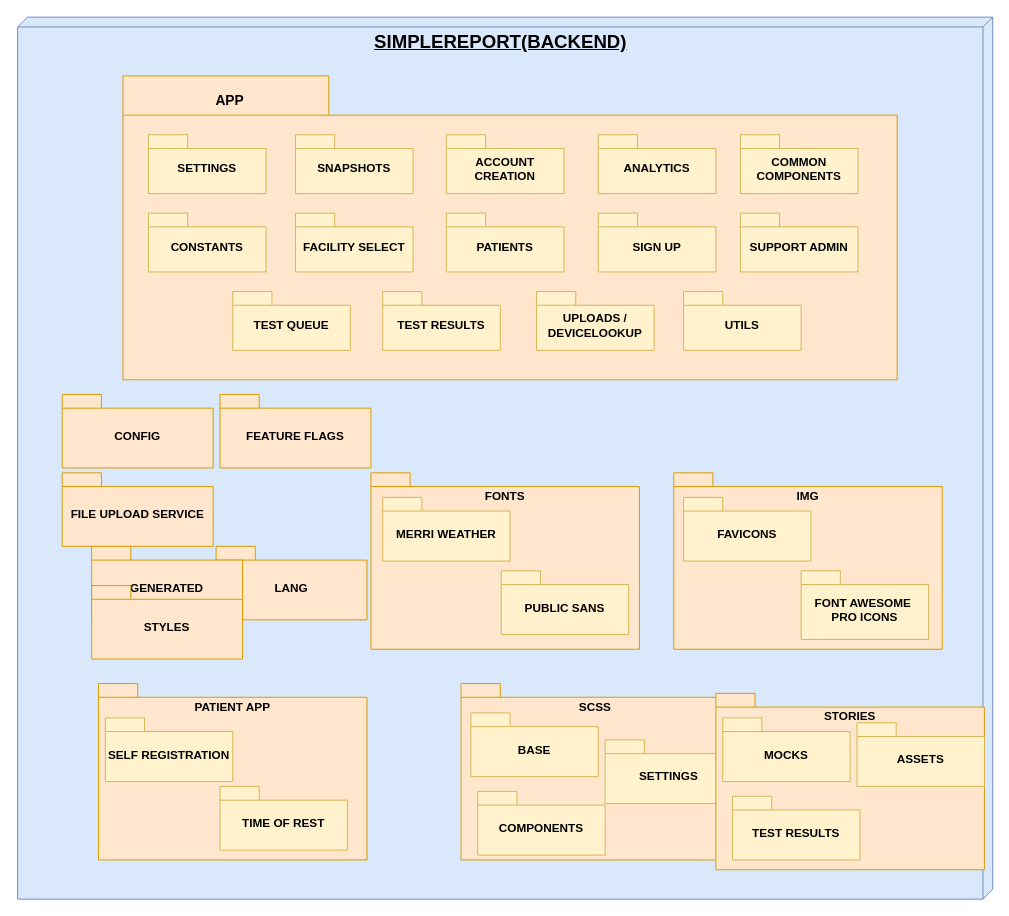
Above: VISTA DE DESARROLLO AISS FRONT.drawio in VictorSoler05/DRAW_IO (draw.io), before the change. Source tidied: cells renumbered, new cells numbered last; positions are measured from the earlier drawing's top-left corner, leaving out a move shared by most shapes. Both pictures are drawn from the tidied source at 98%, with x=0, y=0 at pixel (17, 17).
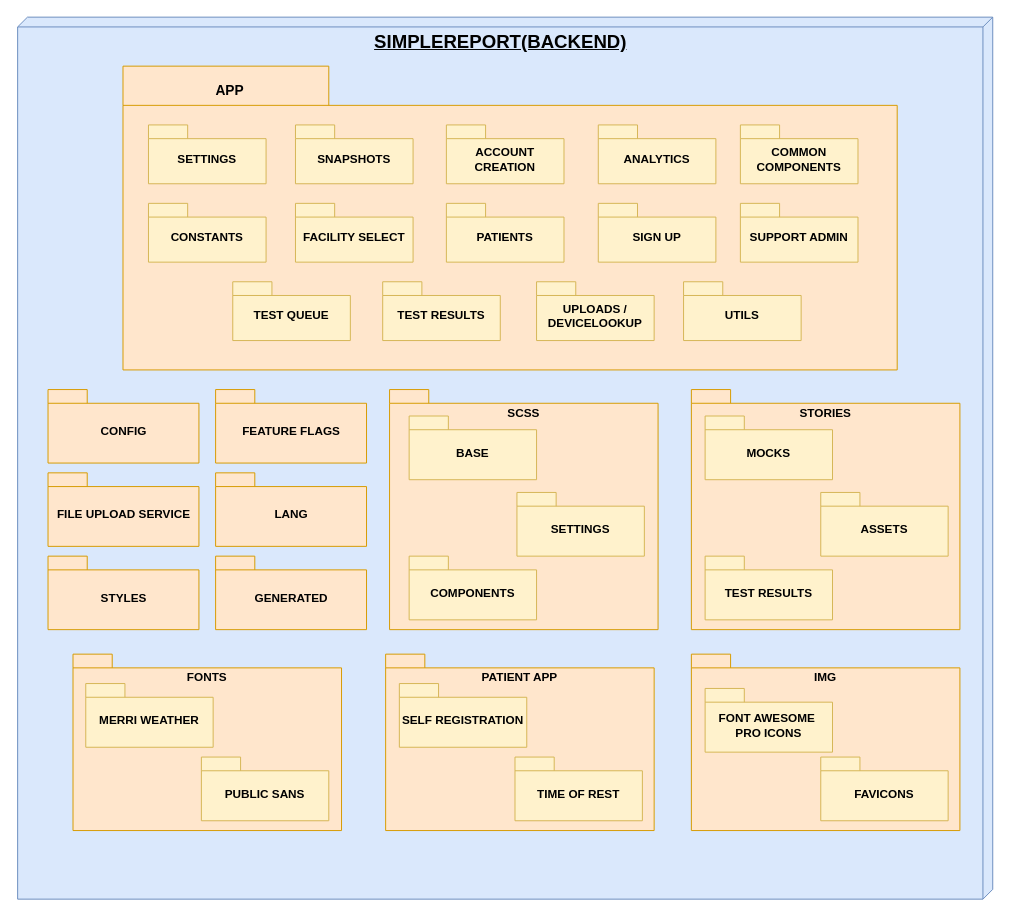
The same diagram, later.

The edit, as a diff of the source:
```diff
@@
     <mxCell id="3" value="IMG" style="shape=folder;fontStyle=1;spacingTop=10;tabWidth=40;tabHeight=14;tabPosition=left;html=1;whiteSpace=wrap;verticalAlign=top;fillColor=#ffe6cc;strokeColor=#d79b00;" parent="1" vertex="1">
-      <mxGeometry x="670" y="465" width="274" height="180" as="geometry" />
+      <mxGeometry x="688" y="650" width="274" height="180" as="geometry" />
     </mxCell>
     <mxCell id="4" value="FONTS" style="shape=folder;fontStyle=1;spacingTop=10;tabWidth=40;tabHeight=14;tabPosition=left;html=1;whiteSpace=wrap;verticalAlign=top;fillColor=#ffe6cc;strokeColor=#d79b00;" parent="1" vertex="1">
-      <mxGeometry x="361" y="465" width="274" height="180" as="geometry" />
+      <mxGeometry x="57" y="650" width="274" height="180" as="geometry" />
     </mxCell>
     <mxCell id="5" value="CONFIG" style="shape=folder;fontStyle=1;spacingTop=10;tabWidth=40;tabHeight=14;tabPosition=left;html=1;whiteSpace=wrap;verticalAlign=middle;fillColor=#ffe6cc;strokeColor=#d79b00;" parent="1" vertex="1">
-      <mxGeometry x="46" y="385" width="154" height="75" as="geometry" />
+      <mxGeometry x="31.5" y="380" width="154" height="75" as="geometry" />
     </mxCell>
     <mxCell id="6" value="&amp;nbsp; &amp;nbsp; &amp;nbsp; &amp;nbsp; &amp;nbsp; &amp;nbsp; &amp;nbsp; &amp;nbsp; &amp;nbsp; &amp;nbsp; &amp;nbsp; &amp;nbsp; APP" style="shape=folder;fontStyle=1;spacingTop=10;tabWidth=210;tabHeight=40;tabPosition=left;html=1;whiteSpace=wrap;verticalAlign=top;fillColor=#ffe6cc;strokeColor=#d79b00;align=left;fontSize=14;" parent="1" vertex="1">
-      <mxGeometry x="108" y="60" width="790" height="310" as="geometry" />
+      <mxGeometry x="108" y="50" width="790" height="310" as="geometry" />
     </mxCell>
     <mxCell id="7" value="FAVICONS" style="shape=folder;fontStyle=1;spacingTop=10;tabWidth=40;tabHeight=14;tabPosition=left;html=1;whiteSpace=wrap;fillColor=#fff2cc;strokeColor=#d6b656;" parent="1" vertex="1">
-      <mxGeometry x="680" y="490" width="130" height="65" as="geometry" />
+      <mxGeometry x="820" y="755" width="130" height="65" as="geometry" />
     </mxCell>
     <mxCell id="8" value="FONT AWESOME&amp;nbsp; PRO ICONS" style="shape=folder;fontStyle=1;spacingTop=10;tabWidth=40;tabHeight=14;tabPosition=left;html=1;whiteSpace=wrap;fillColor=#fff2cc;strokeColor=#d6b656;" parent="1" vertex="1">
-      <mxGeometry x="800" y="565" width="130" height="70" as="geometry" />
+      <mxGeometry x="702" y="685" width="130" height="65" as="geometry" />
     </mxCell>
     <mxCell id="9" value="PUBLIC SANS" style="shape=folder;fontStyle=1;spacingTop=10;tabWidth=40;tabHeight=14;tabPosition=left;html=1;whiteSpace=wrap;fillColor=#fff2cc;strokeColor=#d6b656;" parent="1" vertex="1">
-      <mxGeometry x="494" y="565" width="130" height="65" as="geometry" />
+      <mxGeometry x="188" y="755" width="130" height="65" as="geometry" />
     </mxCell>
     <mxCell id="10" value="MERRI WEATHER" style="shape=folder;fontStyle=1;spacingTop=10;tabWidth=40;tabHeight=14;tabPosition=left;html=1;whiteSpace=wrap;fillColor=#fff2cc;strokeColor=#d6b656;" parent="1" vertex="1">
-      <mxGeometry x="373" y="490" width="130" height="65" as="geometry" />
+      <mxGeometry x="70" y="680" width="130" height="65" as="geometry" />
     </mxCell>
     <mxCell id="11" value="COMMON COMPONENTS" style="shape=folder;fontStyle=1;spacingTop=10;tabWidth=40;tabHeight=14;tabPosition=left;html=1;whiteSpace=wrap;fillColor=#fff2cc;strokeColor=#d6b656;" parent="1" vertex="1">
-      <mxGeometry x="738" y="120" width="120" height="60" as="geometry" />
+      <mxGeometry x="738" y="110" width="120" height="60" as="geometry" />
     </mxCell>
     <mxCell id="12" value="TEST QUEUE" style="shape=folder;fontStyle=1;spacingTop=10;tabWidth=40;tabHeight=14;tabPosition=left;html=1;whiteSpace=wrap;fillColor=#fff2cc;strokeColor=#d6b656;" parent="1" vertex="1">
-      <mxGeometry x="220" y="280" width="120" height="60" as="geometry" />
+      <mxGeometry x="220" y="270" width="120" height="60" as="geometry" />
     </mxCell>
     <mxCell id="13" value="SIGN UP" style="shape=folder;fontStyle=1;spacingTop=10;tabWidth=40;tabHeight=14;tabPosition=left;html=1;whiteSpace=wrap;fillColor=#fff2cc;strokeColor=#d6b656;" parent="1" vertex="1">
-      <mxGeometry x="593" y="200" width="120" height="60" as="geometry" />
+      <mxGeometry x="593" y="190" width="120" height="60" as="geometry" />
     </mxCell>
     <mxCell id="14" value="PATIENTS" style="shape=folder;fontStyle=1;spacingTop=10;tabWidth=40;tabHeight=14;tabPosition=left;html=1;whiteSpace=wrap;fillColor=#fff2cc;strokeColor=#d6b656;" parent="1" vertex="1">
-      <mxGeometry x="438" y="200" width="120" height="60" as="geometry" />
+      <mxGeometry x="438" y="190" width="120" height="60" as="geometry" />
     </mxCell>
     <mxCell id="15" value="ANALYTICS" style="shape=folder;fontStyle=1;spacingTop=10;tabWidth=40;tabHeight=14;tabPosition=left;html=1;whiteSpace=wrap;fillColor=#fff2cc;strokeColor=#d6b656;" parent="1" vertex="1">
-      <mxGeometry x="593" y="120" width="120" height="60" as="geometry" />
+      <mxGeometry x="593" y="110" width="120" height="60" as="geometry" />
     </mxCell>
     <mxCell id="16" value="ACCOUNT CREATION" style="shape=folder;fontStyle=1;spacingTop=10;tabWidth=40;tabHeight=14;tabPosition=left;html=1;whiteSpace=wrap;fillColor=#fff2cc;strokeColor=#d6b656;" parent="1" vertex="1">
-      <mxGeometry x="438" y="120" width="120" height="60" as="geometry" />
+      <mxGeometry x="438" y="110" width="120" height="60" as="geometry" />
     </mxCell>
     <mxCell id="17" value="FACILITY SELECT" style="shape=folder;fontStyle=1;spacingTop=10;tabWidth=40;tabHeight=14;tabPosition=left;html=1;whiteSpace=wrap;fillColor=#fff2cc;strokeColor=#d6b656;" parent="1" vertex="1">
-      <mxGeometry x="284" y="200" width="120" height="60" as="geometry" />
+      <mxGeometry x="284" y="190" width="120" height="60" as="geometry" />
     </mxCell>
     <mxCell id="18" value="SNAPSHOTS" style="shape=folder;fontStyle=1;spacingTop=10;tabWidth=40;tabHeight=14;tabPosition=left;html=1;whiteSpace=wrap;fillColor=#fff2cc;strokeColor=#d6b656;" parent="1" vertex="1">
-      <mxGeometry x="284" y="120" width="120" height="60" as="geometry" />
+      <mxGeometry x="284" y="110" width="120" height="60" as="geometry" />
     </mxCell>
     <mxCell id="19" value="CONSTANTS" style="shape=folder;fontStyle=1;spacingTop=10;tabWidth=40;tabHeight=14;tabPosition=left;html=1;whiteSpace=wrap;fillColor=#fff2cc;strokeColor=#d6b656;" parent="1" vertex="1">
-      <mxGeometry x="134" y="200" width="120" height="60" as="geometry" />
+      <mxGeometry x="134" y="190" width="120" height="60" as="geometry" />
     </mxCell>
     <mxCell id="20" value="SETTINGS" style="shape=folder;fontStyle=1;spacingTop=10;tabWidth=40;tabHeight=14;tabPosition=left;html=1;whiteSpace=wrap;fillColor=#fff2cc;strokeColor=#d6b656;" parent="1" vertex="1">
-      <mxGeometry x="134" y="120" width="120" height="60" as="geometry" />
+      <mxGeometry x="134" y="110" width="120" height="60" as="geometry" />
     </mxCell>
     <mxCell id="21" value="UTILS" style="shape=folder;fontStyle=1;spacingTop=10;tabWidth=40;tabHeight=14;tabPosition=left;html=1;whiteSpace=wrap;fillColor=#fff2cc;strokeColor=#d6b656;" parent="1" vertex="1">
-      <mxGeometry x="680" y="280" width="120" height="60" as="geometry" />
+      <mxGeometry x="680" y="270" width="120" height="60" as="geometry" />
     </mxCell>
     <mxCell id="22" value="UPLOADS / DEVICELOOKUP" style="shape=folder;fontStyle=1;spacingTop=10;tabWidth=40;tabHeight=14;tabPosition=left;html=1;whiteSpace=wrap;fillColor=#fff2cc;strokeColor=#d6b656;" parent="1" vertex="1">
-      <mxGeometry x="530" y="280" width="120" height="60" as="geometry" />
+      <mxGeometry x="530" y="270" width="120" height="60" as="geometry" />
     </mxCell>
     <mxCell id="23" value="TEST RESULTS" style="shape=folder;fontStyle=1;spacingTop=10;tabWidth=40;tabHeight=14;tabPosition=left;html=1;whiteSpace=wrap;fillColor=#fff2cc;strokeColor=#d6b656;" parent="1" vertex="1">
-      <mxGeometry x="373" y="280" width="120" height="60" as="geometry" />
+      <mxGeometry x="373" y="270" width="120" height="60" as="geometry" />
     </mxCell>
     <mxCell id="24" value="SUPPORT ADMIN" style="shape=folder;fontStyle=1;spacingTop=10;tabWidth=40;tabHeight=14;tabPosition=left;html=1;whiteSpace=wrap;fillColor=#fff2cc;strokeColor=#d6b656;" parent="1" vertex="1">
-      <mxGeometry x="738" y="200" width="120" height="60" as="geometry" />
+      <mxGeometry x="738" y="190" width="120" height="60" as="geometry" />
     </mxCell>
     <mxCell id="25" value="FILE UPLOAD SERVICE" style="shape=folder;fontStyle=1;spacingTop=10;tabWidth=40;tabHeight=14;tabPosition=left;html=1;whiteSpace=wrap;verticalAlign=middle;fillColor=#ffe6cc;strokeColor=#d79b00;" parent="1" vertex="1">
-      <mxGeometry x="46" y="465" width="154" height="75" as="geometry" />
+      <mxGeometry x="31.5" y="465" width="154" height="75" as="geometry" />
     </mxCell>
     <mxCell id="26" value="FEATURE FLAGS" style="shape=folder;fontStyle=1;spacingTop=10;tabWidth=40;tabHeight=14;tabPosition=left;html=1;whiteSpace=wrap;verticalAlign=middle;fillColor=#ffe6cc;strokeColor=#d79b00;" parent="1" vertex="1">
-      <mxGeometry x="207" y="385" width="154" height="75" as="geometry" />
+      <mxGeometry x="202.5" y="380" width="154" height="75" as="geometry" />
     </mxCell>
     <mxCell id="27" value="LANG" style="shape=folder;fontStyle=1;spacingTop=10;tabWidth=40;tabHeight=14;tabPosition=left;html=1;whiteSpace=wrap;verticalAlign=middle;fillColor=#ffe6cc;strokeColor=#d79b00;" parent="1" vertex="1">
-      <mxGeometry x="203" y="540" width="154" height="75" as="geometry" />
+      <mxGeometry x="202.5" y="465" width="154" height="75" as="geometry" />
     </mxCell>
     <mxCell id="28" value="GENERATED" style="shape=folder;fontStyle=1;spacingTop=10;tabWidth=40;tabHeight=14;tabPosition=left;html=1;whiteSpace=wrap;verticalAlign=middle;fillColor=#ffe6cc;strokeColor=#d79b00;" parent="1" vertex="1">
-      <mxGeometry x="76" y="540" width="154" height="75" as="geometry" />
+      <mxGeometry x="202.5" y="550" width="154" height="75" as="geometry" />
     </mxCell>
     <mxCell id="29" value="PATIENT APP" style="shape=folder;fontStyle=1;spacingTop=10;tabWidth=40;tabHeight=14;tabPosition=left;html=1;whiteSpace=wrap;verticalAlign=top;fillColor=#ffe6cc;strokeColor=#d79b00;" parent="1" vertex="1">
-      <mxGeometry x="83" y="680" width="274" height="180" as="geometry" />
+      <mxGeometry x="376" y="650" width="274" height="180" as="geometry" />
     </mxCell>
     <mxCell id="30" value="STYLES" style="shape=folder;fontStyle=1;spacingTop=10;tabWidth=40;tabHeight=14;tabPosition=left;html=1;whiteSpace=wrap;verticalAlign=middle;fillColor=#ffe6cc;strokeColor=#d79b00;" parent="1" vertex="1">
-      <mxGeometry x="76" y="580" width="154" height="75" as="geometry" />
+      <mxGeometry x="31.5" y="550" width="154" height="75" as="geometry" />
     </mxCell>
     <mxCell id="31" value="TIME OF REST" style="shape=folder;fontStyle=1;spacingTop=10;tabWidth=40;tabHeight=14;tabPosition=left;html=1;whiteSpace=wrap;fillColor=#fff2cc;strokeColor=#d6b656;" parent="1" vertex="1">
-      <mxGeometry x="207" y="785" width="130" height="65" as="geometry" />
+      <mxGeometry x="508" y="755" width="130" height="65" as="geometry" />
     </mxCell>
     <mxCell id="32" value="SELF REGISTRATION" style="shape=folder;fontStyle=1;spacingTop=10;tabWidth=40;tabHeight=14;tabPosition=left;html=1;whiteSpace=wrap;fillColor=#fff2cc;strokeColor=#d6b656;" parent="1" vertex="1">
-      <mxGeometry x="90" y="715" width="130" height="65" as="geometry" />
+      <mxGeometry x="390" y="680" width="130" height="65" as="geometry" />
     </mxCell>
     <mxCell id="33" value="SCSS" style="shape=folder;fontStyle=1;spacingTop=10;tabWidth=40;tabHeight=14;tabPosition=left;html=1;whiteSpace=wrap;verticalAlign=top;fillColor=#ffe6cc;strokeColor=#d79b00;" parent="1" vertex="1">
-      <mxGeometry x="453" y="680" width="274" height="180" as="geometry" />
+      <mxGeometry x="380" y="380" width="274" height="245" as="geometry" />
     </mxCell>
     <mxCell id="34" value="SETTINGS" style="shape=folder;fontStyle=1;spacingTop=10;tabWidth=40;tabHeight=14;tabPosition=left;html=1;whiteSpace=wrap;fillColor=#fff2cc;strokeColor=#d6b656;" parent="1" vertex="1">
-      <mxGeometry x="600" y="737.5" width="130" height="65" as="geometry" />
+      <mxGeometry x="510" y="485" width="130" height="65" as="geometry" />
     </mxCell>
     <mxCell id="35" value="COMPONENTS" style="shape=folder;fontStyle=1;spacingTop=10;tabWidth=40;tabHeight=14;tabPosition=left;html=1;whiteSpace=wrap;fillColor=#fff2cc;strokeColor=#d6b656;" parent="1" vertex="1">
-      <mxGeometry x="470" y="790" width="130" height="65" as="geometry" />
+      <mxGeometry x="400" y="550" width="130" height="65" as="geometry" />
     </mxCell>
     <mxCell id="36" value="BASE" style="shape=folder;fontStyle=1;spacingTop=10;tabWidth=40;tabHeight=14;tabPosition=left;html=1;whiteSpace=wrap;fillColor=#fff2cc;strokeColor=#d6b656;" parent="1" vertex="1">
-      <mxGeometry x="463" y="710" width="130" height="65" as="geometry" />
+      <mxGeometry x="400" y="407" width="130" height="65" as="geometry" />
     </mxCell>
     <mxCell id="37" value="STORIES" style="shape=folder;fontStyle=1;spacingTop=10;tabWidth=40;tabHeight=14;tabPosition=left;html=1;whiteSpace=wrap;verticalAlign=top;fillColor=#ffe6cc;strokeColor=#d79b00;" parent="1" vertex="1">
-      <mxGeometry x="713" y="690" width="274" height="180" as="geometry" />
+      <mxGeometry x="688" y="380" width="274" height="245" as="geometry" />
     </mxCell>
     <mxCell id="38" value="TEST RESULTS" style="shape=folder;fontStyle=1;spacingTop=10;tabWidth=40;tabHeight=14;tabPosition=left;html=1;whiteSpace=wrap;fillColor=#fff2cc;strokeColor=#d6b656;" parent="1" vertex="1">
-      <mxGeometry x="730" y="795" width="130" height="65" as="geometry" />
+      <mxGeometry x="702" y="550" width="130" height="65" as="geometry" />
     </mxCell>
     <mxCell id="39" value="ASSETS" style="shape=folder;fontStyle=1;spacingTop=10;tabWidth=40;tabHeight=14;tabPosition=left;html=1;whiteSpace=wrap;fillColor=#fff2cc;strokeColor=#d6b656;" parent="1" vertex="1">
-      <mxGeometry x="857" y="720" width="130" height="65" as="geometry" />
+      <mxGeometry x="820" y="485" width="130" height="65" as="geometry" />
     </mxCell>
     <mxCell id="40" value="MOCKS" style="shape=folder;fontStyle=1;spacingTop=10;tabWidth=40;tabHeight=14;tabPosition=left;html=1;whiteSpace=wrap;fillColor=#fff2cc;strokeColor=#d6b656;" parent="1" vertex="1">
-      <mxGeometry x="720" y="715" width="130" height="65" as="geometry" />
+      <mxGeometry x="702" y="407" width="130" height="65" as="geometry" />
     </mxCell>
+    <mxCell id="41" style="edgeStyle=orthogonalEdgeStyle;rounded=0;orthogonalLoop=1;jettySize=auto;html=1;exitX=0.5;exitY=1;exitDx=0;exitDy=0;exitPerimeter=0;" parent="1" edge="1" source="7" target="7">
+      <mxGeometry relative="1" as="geometry" />
+    </mxCell>
```
